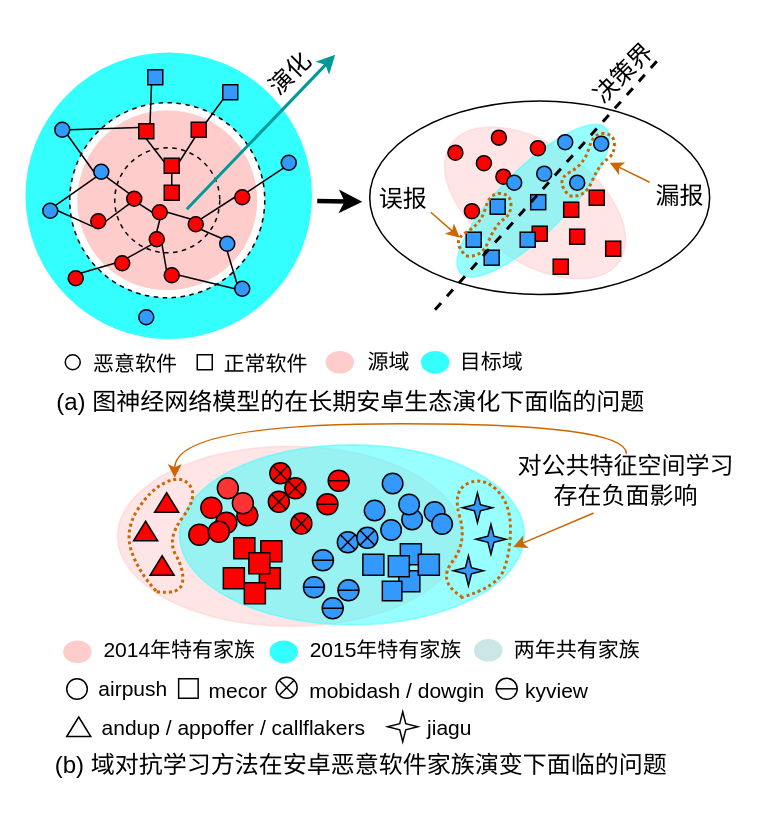
sunray42/diagrams keeps this draw.io diagram as importance_weight_schema.drawio. Above is the earlier version. Source tidied: cells renumbered, new cells numbered last; positions are measured from the earlier drawing's top-left corner, leaving out a move shared by most shapes. Both pictures are drawn from the tidied source at 150%, with x=0, y=0 at pixel (26, 50).
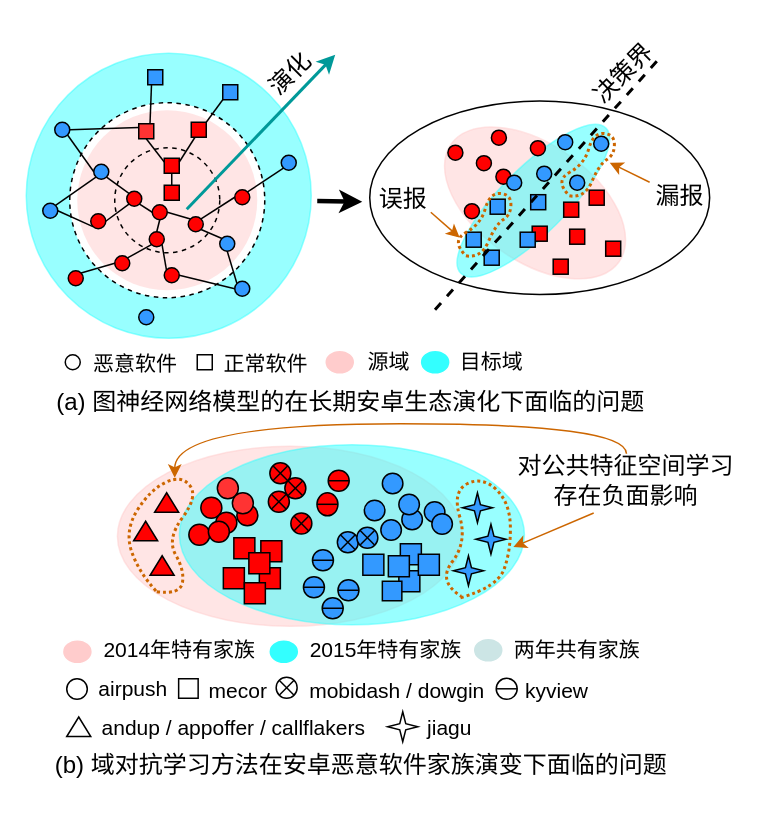
The same diagram, later.

What changed in the source:
```diff
@@
-    <mxCell id="7" style="ellipse;whiteSpace=wrap;html=1;strokeColor=#33FFFF;fillColor=#33FFFF;" parent="1" vertex="1">
+    <mxCell id="7" style="ellipse;whiteSpace=wrap;html=1;strokeColor=#33FFFF;fillColor=#33FFFF;opacity=50;" parent="1" vertex="1">
       <mxGeometry y="2" width="190" height="190" as="geometry" />
     </mxCell>
@@
-    <mxCell id="9" style="ellipse;whiteSpace=wrap;html=1;strokeColor=none;fillColor=#FFCCCC;dashed=1;" parent="1" vertex="1">
+    <mxCell id="9" style="ellipse;whiteSpace=wrap;html=1;strokeColor=none;fillColor=#FFCCCC;dashed=1;opacity=50;" parent="1" vertex="1">
       <mxGeometry x="34" y="40" width="120" height="120" as="geometry" />
     </mxCell>
@@
-    <mxCell id="39" style="whiteSpace=wrap;html=1;strokeColor=#000000;fillColor=#FF0000;" parent="1" vertex="1">
+    <mxCell id="39" style="whiteSpace=wrap;html=1;strokeColor=#000000;fillColor=#FF3333;" parent="1" vertex="1">
       <mxGeometry x="75" y="49" width="10" height="10" as="geometry" />
     </mxCell>
@@
     <mxCell id="144" style="shape=lineEllipse;perimeter=ellipsePerimeter;whiteSpace=wrap;html=1;backgroundOutline=1;fillColor=#FF0000;" parent="1" vertex="1">
-      <mxGeometry x="193.8" y="295.7" width="14" height="14" as="geometry" />
+      <mxGeometry x="193.8" y="295" width="14" height="15.4" as="geometry" />
     </mxCell>
```
